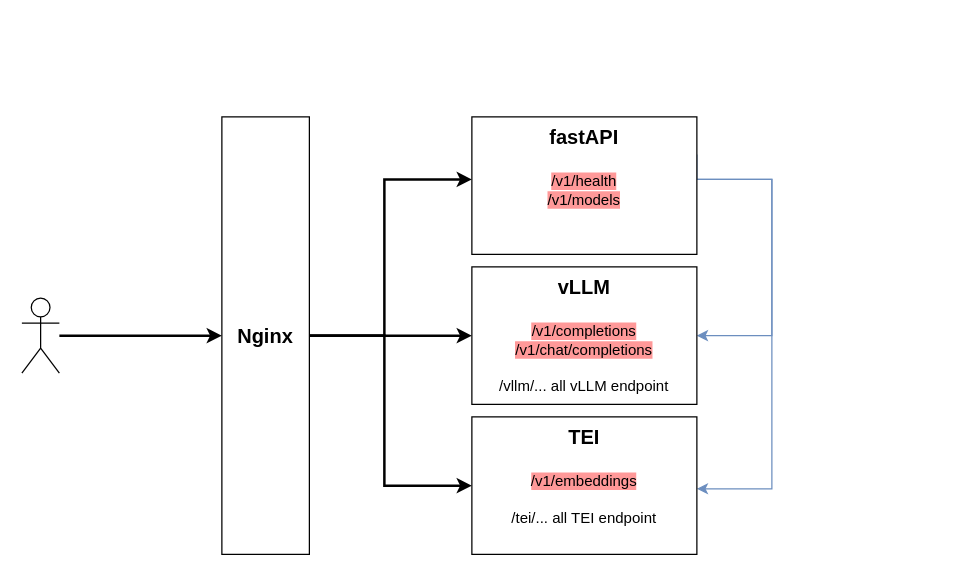
Above: assets/vllmembeddings.drawio in etalab-ia/albert-models (draw.io), before the change. Source tidied: cells renumbered, new cells numbered last; positions are measured from the earlier drawing's top-left corner, leaving out a move shared by most shapes. Both pictures are drawn from the tidied source at 125%, with x=0, y=0 at pixel (21, 116).
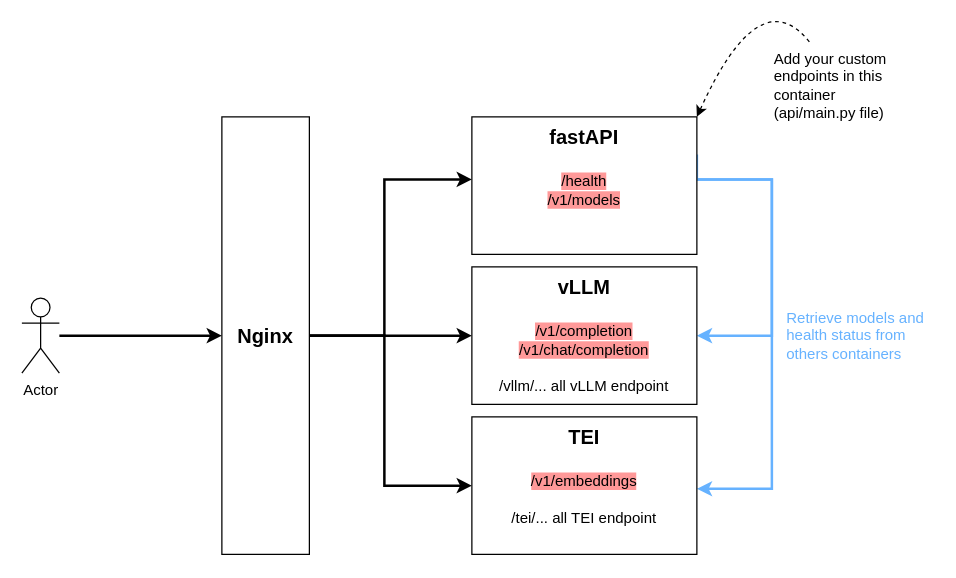
After the change.

Change to the diagram source:
```diff
@@
-    <mxCell id="6" style="edgeStyle=orthogonalEdgeStyle;rounded=0;jettySize=auto;html=1;entryX=1;entryY=0.5;entryDx=0;entryDy=0;fillColor=#dae8fc;strokeColor=#6c8ebf;" parent="1" edge="1" source="8" target="9">
+    <mxCell id="6" style="edgeStyle=orthogonalEdgeStyle;rounded=0;jettySize=auto;html=1;entryX=1;entryY=0.5;entryDx=0;entryDy=0;fillColor=#dae8fc;strokeColor=#66B2FF;strokeWidth=2;" parent="1" edge="1" source="8" target="9">
       <mxGeometry relative="1" as="geometry">
         <Array as="points">
           <mxPoint x="600" y="50" />
           <mxPoint x="600" y="175" />
         </Array>
       </mxGeometry>
     </mxCell>
-    <mxCell id="7" style="edgeStyle=orthogonalEdgeStyle;rounded=0;orthogonalLoop=1;jettySize=auto;html=1;entryX=1;entryY=0.75;entryDx=0;entryDy=0;fillColor=#dae8fc;strokeColor=#6c8ebf;" parent="1" edge="1">
+    <mxCell id="7" style="edgeStyle=orthogonalEdgeStyle;rounded=0;orthogonalLoop=1;jettySize=auto;html=1;entryX=1;entryY=0.75;entryDx=0;entryDy=0;fillColor=#dae8fc;strokeColor=#66B2FF;strokeWidth=2;" parent="1" edge="1">
       <mxGeometry relative="1" as="geometry">
         <mxPoint x="540" y="30" as="sourcePoint" />
         <mxPoint x="540" y="297.5" as="targetPoint" />
         <Array as="points">
           <mxPoint x="540" y="50" />
           <mxPoint x="600" y="50" />
           <mxPoint x="600" y="298" />
         </Array>
       </mxGeometry>
     </mxCell>
-    <mxCell id="8" value="&lt;b&gt;fastAPI&lt;/b&gt;&lt;div&gt;&lt;b&gt;&lt;br&gt;&lt;/b&gt;&lt;/div&gt;&lt;div style=&quot;font-size: 12px;&quot;&gt;&lt;font style=&quot;font-size: 12px; background-color: rgb(255, 153, 153);&quot;&gt;/v1/health&lt;/font&gt;&lt;/div&gt;&lt;div style=&quot;font-size: 12px;&quot;&gt;&lt;font style=&quot;font-size: 12px; background-color: rgb(255, 153, 153);&quot;&gt;/v1/models&lt;/font&gt;&lt;/div&gt;" style="rounded=0;whiteSpace=wrap;html=1;fontSize=16;verticalAlign=top;" parent="1" vertex="1">
+    <mxCell id="8" value="&lt;b&gt;fastAPI&lt;/b&gt;&lt;div&gt;&lt;b&gt;&lt;br&gt;&lt;/b&gt;&lt;/div&gt;&lt;div style=&quot;font-size: 12px;&quot;&gt;&lt;font style=&quot;font-size: 12px; background-color: rgb(255, 153, 153);&quot;&gt;/health&lt;/font&gt;&lt;/div&gt;&lt;div style=&quot;font-size: 12px;&quot;&gt;&lt;font style=&quot;font-size: 12px; background-color: rgb(255, 153, 153);&quot;&gt;/v1/models&lt;/font&gt;&lt;/div&gt;" style="rounded=0;whiteSpace=wrap;html=1;fontSize=16;verticalAlign=top;" parent="1" vertex="1">
       <mxGeometry x="360" width="180" height="110" as="geometry" />
     </mxCell>
-    <mxCell id="9" value="&lt;b&gt;&lt;font style=&quot;font-size: 16px;&quot;&gt;vLLM&lt;/font&gt;&lt;/b&gt;&lt;div&gt;&lt;b&gt;&lt;font style=&quot;font-size: 16px;&quot;&gt;&lt;br&gt;&lt;/font&gt;&lt;/b&gt;&lt;/div&gt;&lt;div&gt;&lt;font style=&quot;font-size: 12px; background-color: rgb(255, 153, 153);&quot;&gt;/v1/completions&lt;/font&gt;&lt;/div&gt;&lt;div&gt;&lt;font style=&quot;font-size: 12px; background-color: rgb(255, 153, 153);&quot;&gt;/v1/chat/completions&lt;/font&gt;&lt;/div&gt;&lt;div&gt;&lt;font style=&quot;font-size: 12px;&quot;&gt;&lt;br&gt;&lt;/font&gt;&lt;/div&gt;&lt;div&gt;&lt;font style=&quot;font-size: 12px;&quot;&gt;/vllm/... all vLLM endpoint&lt;/font&gt;&lt;/div&gt;" style="rounded=0;whiteSpace=wrap;html=1;verticalAlign=top;" parent="1" vertex="1">
+    <mxCell id="9" value="&lt;b&gt;&lt;font style=&quot;font-size: 16px;&quot;&gt;vLLM&lt;/font&gt;&lt;/b&gt;&lt;div&gt;&lt;b&gt;&lt;font style=&quot;font-size: 16px;&quot;&gt;&lt;br&gt;&lt;/font&gt;&lt;/b&gt;&lt;/div&gt;&lt;div&gt;&lt;font style=&quot;font-size: 12px; background-color: rgb(255, 153, 153);&quot;&gt;/v1/completion&lt;/font&gt;&lt;/div&gt;&lt;div&gt;&lt;font style=&quot;font-size: 12px; background-color: rgb(255, 153, 153);&quot;&gt;/v1/chat/completion&lt;/font&gt;&lt;/div&gt;&lt;div&gt;&lt;font style=&quot;font-size: 12px;&quot;&gt;&lt;br&gt;&lt;/font&gt;&lt;/div&gt;&lt;div&gt;&lt;font style=&quot;font-size: 12px;&quot;&gt;/vllm/... all vLLM endpoint&lt;/font&gt;&lt;/div&gt;" style="rounded=0;whiteSpace=wrap;html=1;verticalAlign=top;" parent="1" vertex="1">
       <mxGeometry x="360" y="120" width="180" height="110" as="geometry" />
     </mxCell>
@@
-    <mxCell id="12" style="shape=umlActor;verticalLabelPosition=bottom;verticalAlign=top;html=1;outlineConnect=0;" parent="1" vertex="1">
+    <mxCell id="12" value="Actor" style="shape=umlActor;verticalLabelPosition=bottom;verticalAlign=top;html=1;outlineConnect=0;" parent="1" vertex="1">
       <mxGeometry y="145" width="30" height="60" as="geometry" />
     </mxCell>
+    <mxCell id="13" value="Retrieve models and health status from others containers" style="text;html=1;align=left;verticalAlign=middle;whiteSpace=wrap;rounded=0;fontColor=#66B2FF;" parent="1" vertex="1">
+      <mxGeometry x="610" y="135" width="120" height="80" as="geometry" />
+    </mxCell>
+    <mxCell id="14" style="curved=1;endArrow=classic;html=1;rounded=0;entryX=1;entryY=0;entryDx=0;entryDy=0;dashed=1;" parent="1" edge="1" target="8">
+      <mxGeometry relative="1" as="geometry">
+        <mxPoint x="630" y="-60" as="sourcePoint" />
+        <Array as="points">
+          <mxPoint x="590" y="-110" />
+        </Array>
+      </mxGeometry>
+    </mxCell>
+    <mxCell id="15" value="Add your custom endpoints in this container (api/main.py file)" style="text;html=1;align=left;verticalAlign=middle;whiteSpace=wrap;rounded=0;" parent="1" vertex="1">
+      <mxGeometry x="600" y="-60" width="120" height="70" as="geometry" />
+    </mxCell>
```
